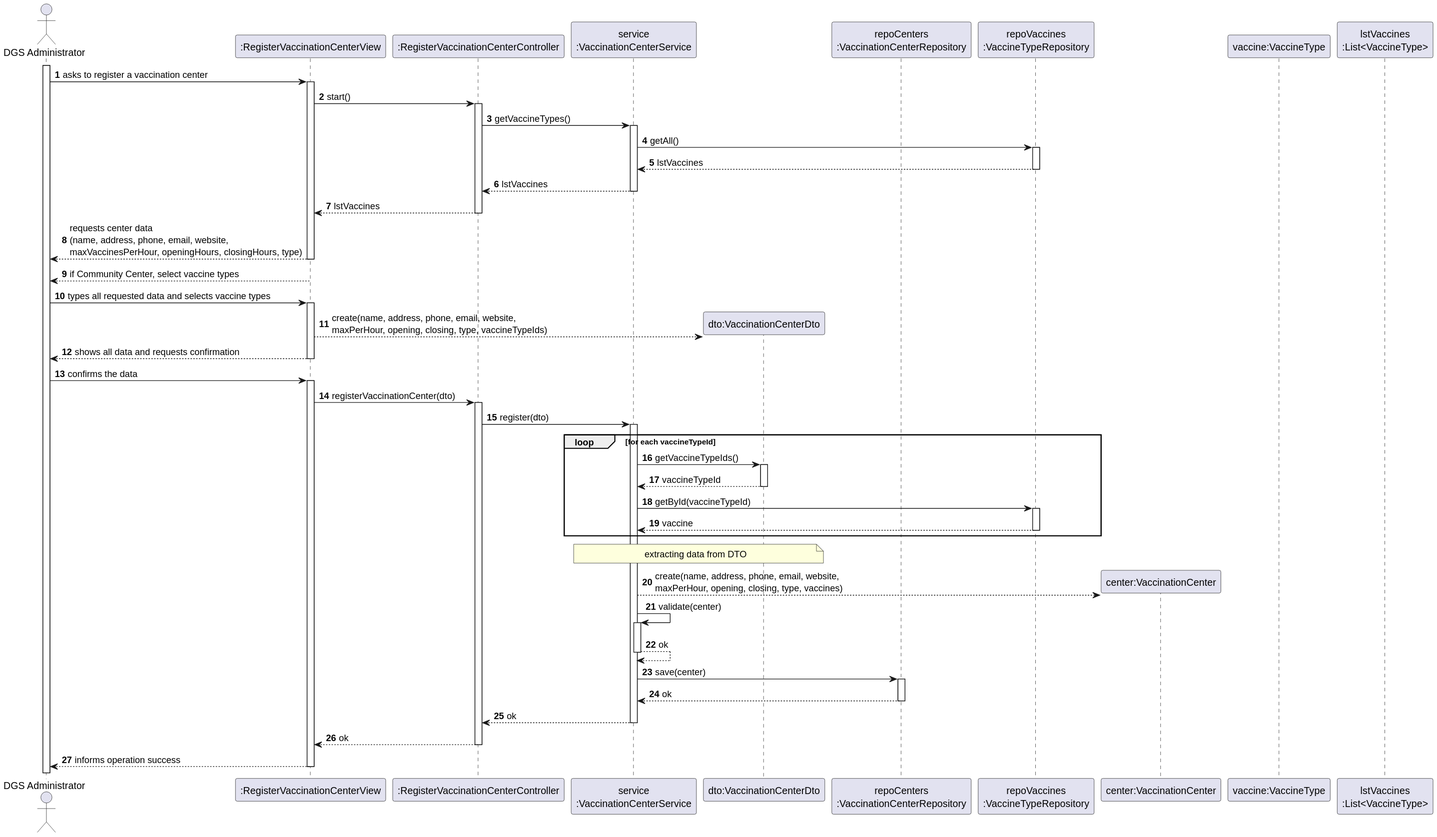
luluisfcm/leti-esoft-25-26-B5 keeps this PlantUML diagram as docs/system-documentation/US13/svg/US13-SD.svg. Above is the earlier version.
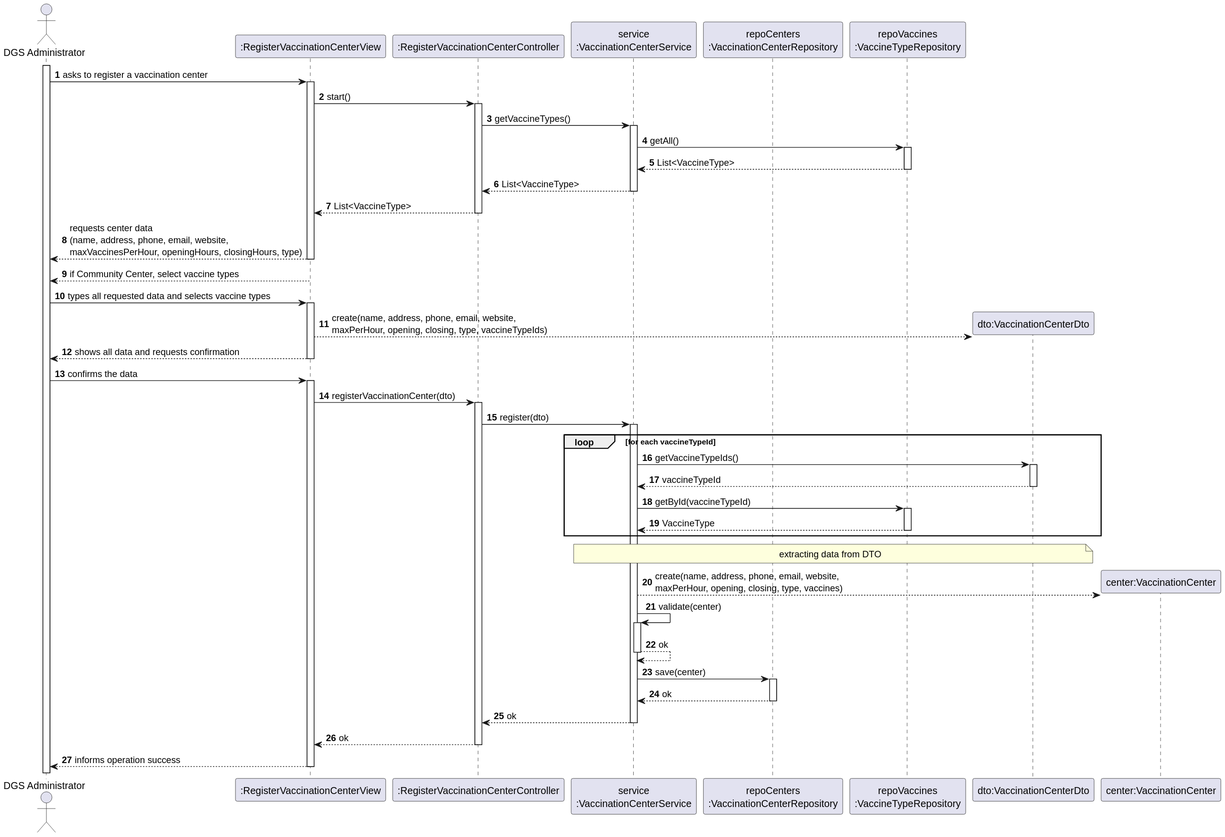
The same file after the commit.

Change to the diagram source:
```diff
@@ -6,12 +6,10 @@
 participant ":RegisterVaccinationCenterView" as System
 participant ":RegisterVaccinationCenterController" as Ctrl
 participant "service\n:VaccinationCenterService" as Service
-participant "dto:VaccinationCenterDto" as CenterDto
 participant "repoCenters\n:VaccinationCenterRepository" as RepoCenter
 participant "repoVaccines\n:VaccineTypeRepository" as RepoVaccine
+participant "dto:VaccinationCenterDto" as CenterDto
 participant "center:VaccinationCenter" as Center
-participant "vaccine:VaccineType" as Vaccine
-participant "lstVaccines\n:List<VaccineType>" as LstVaccines
 
 activate Admin
 
@@ -20,12 +18,13 @@
 
 Ctrl -> Service: getVaccineTypes()
 Service -> RepoVaccine: getAll()
-RepoVaccine --> Service: lstVaccines
-Service --> Ctrl: lstVaccines
-Ctrl --> System: lstVaccines
+RepoVaccine --> Service: List<VaccineType>
+Service --> Ctrl: List<VaccineType>
+Ctrl --> System: List<VaccineType>
 
-System --> Admin: requests center data \n(name, address, phone, email, website,\nmaxVaccinesPerHour, openingHours, closingHours, type)
+System --> Admin: requests center data\n(name, address, phone, email, website,\nmaxVaccinesPerHour, openingHours, closingHours, type)
 System --> Admin: if Community Center, select vaccine types
+
 Admin -> System: types all requested data and selects vaccine types
 
 System --> CenterDto**: create(name, address, phone, email, website,\nmaxPerHour, opening, closing, type, vaccineTypeIds)
@@ -39,7 +38,7 @@
 Service -> CenterDto: getVaccineTypeIds()
 CenterDto --> Service: vaccineTypeId
 Service -> RepoVaccine: getById(vaccineTypeId)
-RepoVaccine --> Service: vaccine
+RepoVaccine --> Service: VaccineType
 end
 
 note over Service, CenterDto: extracting data from DTO
```
